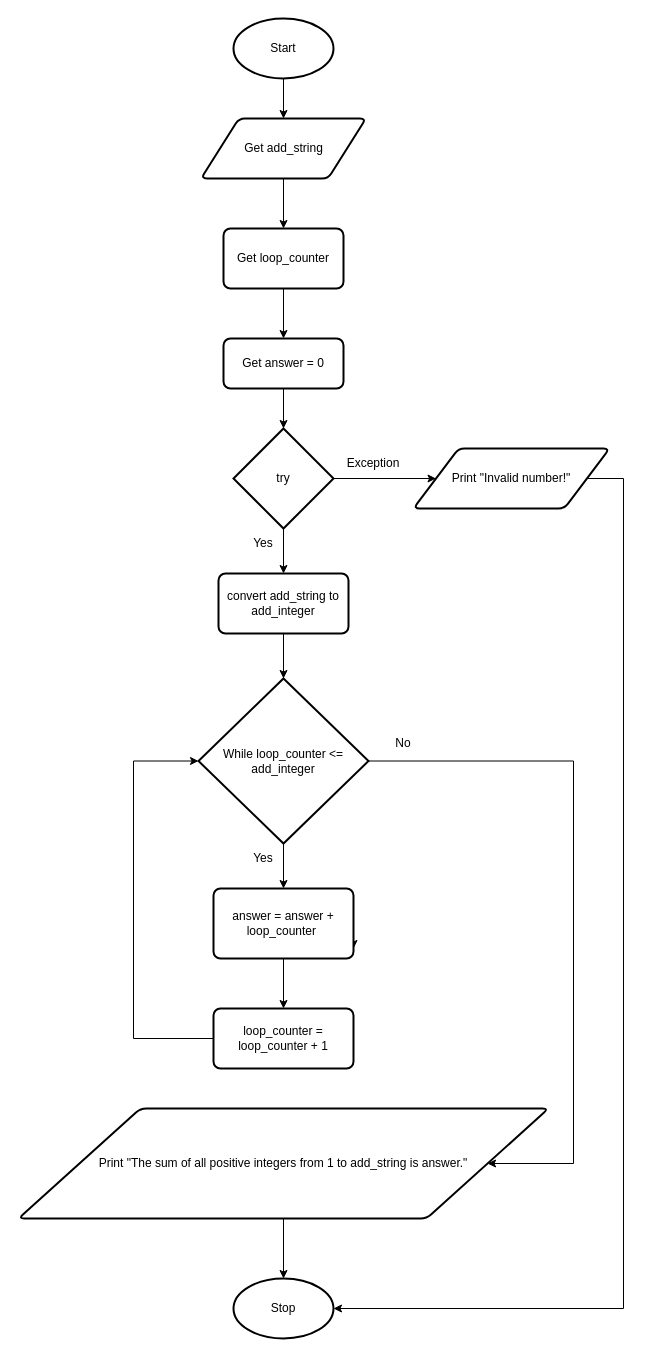
The draw.io diagram design.flowchart.drawio in Yiyun-Qin/ICS3U-Unit4-06-Python, before the edit. Source tidied: cells renumbered, new cells numbered last; positions are measured from the earlier drawing's top-left corner, leaving out a move shared by most shapes. Both pictures are drawn from the tidied source at 100%, with x=0, y=0 at pixel (18, 18).
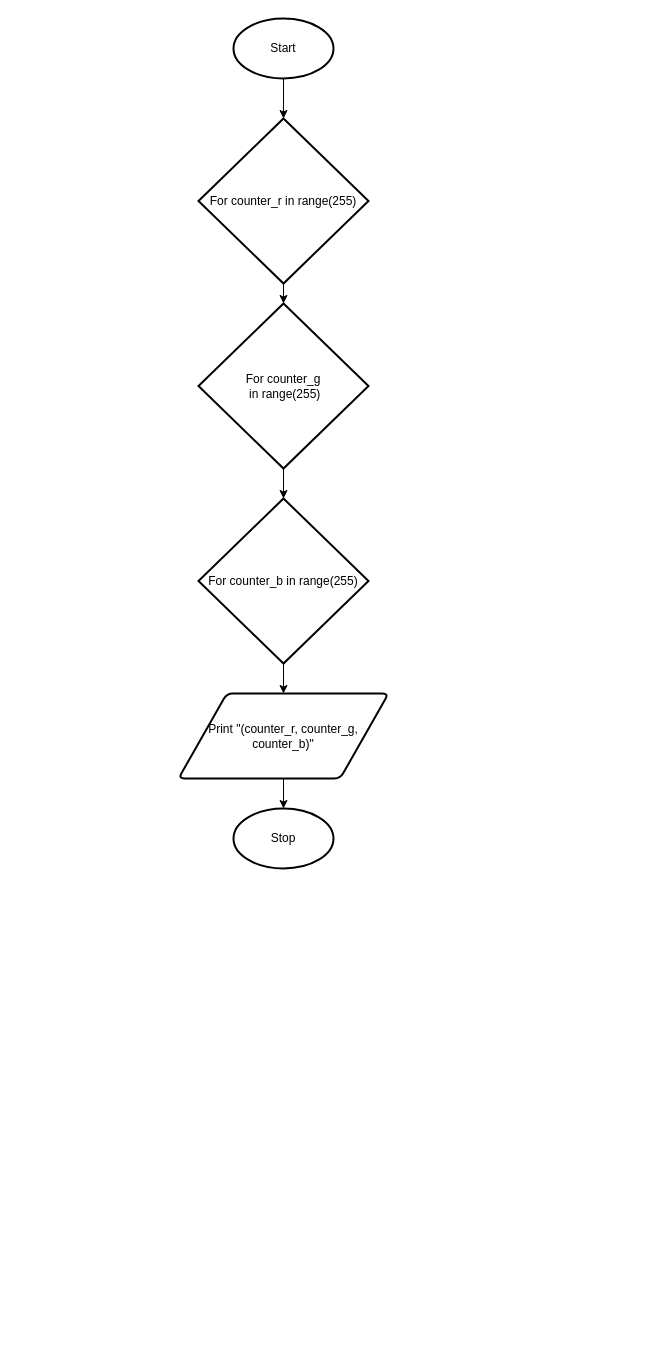
After the change.

Unchanged cells that the change refers to:
```xml
<mxCell id="3" value="Start" style="strokeWidth=2;html=1;shape=mxgraph.flowchart.start_1;whiteSpace=wrap;" parent="1" vertex="1">
  <mxGeometry x="215" width="100" height="60" as="geometry" />
</mxCell>
```

The edit, as a diff of the source:
```diff
@@
-    <mxCell id="2" style="edgeStyle=none;html=1;exitX=0.5;exitY=1;exitDx=0;exitDy=0;exitPerimeter=0;entryX=0.5;entryY=0;entryDx=0;entryDy=0;" parent="1" edge="1" source="3" target="5">
-      <mxGeometry relative="1" as="geometry" />
-    </mxCell>
+    <mxCell id="32" style="edgeStyle=none;html=1;exitX=0.5;exitY=1;exitDx=0;exitDy=0;exitPerimeter=0;entryX=0.5;entryY=0;entryDx=0;entryDy=0;entryPerimeter=0;" parent="1" edge="1" source="3" target="19">
+      <mxGeometry relative="1" as="geometry" />
+    </mxCell>
@@
-    <mxCell id="4" style="edgeStyle=none;html=1;exitX=0.5;exitY=1;exitDx=0;exitDy=0;entryX=0.5;entryY=0;entryDx=0;entryDy=0;" parent="1" edge="1" source="5" target="24">
-      <mxGeometry relative="1" as="geometry" />
-    </mxCell>
-    <mxCell id="5" value="Get add_string" style="shape=parallelogram;html=1;strokeWidth=2;perimeter=parallelogramPerimeter;whiteSpace=wrap;rounded=1;arcSize=12;size=0.23;" parent="1" vertex="1">
-      <mxGeometry x="182.5" y="100" width="165" height="60" as="geometry" />
-    </mxCell>
     <mxCell id="6" value="Stop" style="strokeWidth=2;html=1;shape=mxgraph.flowchart.start_1;whiteSpace=wrap;" parent="1" vertex="1">
-      <mxGeometry x="215" y="1260" width="100" height="60" as="geometry" />
+      <mxGeometry x="215" y="790" width="100" height="60" as="geometry" />
     </mxCell>
-    <mxCell id="7" value="Yes" style="text;html=1;strokeColor=none;fillColor=none;align=center;verticalAlign=middle;whiteSpace=wrap;rounded=0;" parent="1" vertex="1">
-      <mxGeometry x="215" y="510" width="60" height="30" as="geometry" />
-    </mxCell>
-    <mxCell id="8" value="No" style="text;html=1;strokeColor=none;fillColor=none;align=center;verticalAlign=middle;whiteSpace=wrap;rounded=0;" parent="1" vertex="1">
-      <mxGeometry x="355" y="710" width="60" height="30" as="geometry" />
-    </mxCell>
-    <mxCell id="9" style="edgeStyle=none;html=1;exitX=0.5;exitY=1;exitDx=0;exitDy=0;exitPerimeter=0;entryX=0.5;entryY=0;entryDx=0;entryDy=0;" parent="1" edge="1" source="11" target="13">
-      <mxGeometry relative="1" as="geometry" />
-    </mxCell>
-    <mxCell id="10" style="edgeStyle=none;html=1;exitX=1;exitY=0.5;exitDx=0;exitDy=0;exitPerimeter=0;entryX=0;entryY=0.5;entryDx=0;entryDy=0;" parent="1" edge="1" source="11" target="15">
-      <mxGeometry relative="1" as="geometry" />
-    </mxCell>
-    <mxCell id="11" value="try" style="strokeWidth=2;html=1;shape=mxgraph.flowchart.decision;whiteSpace=wrap;" parent="1" vertex="1">
-      <mxGeometry x="215" y="410" width="100" height="100" as="geometry" />
-    </mxCell>
-    <mxCell id="12" style="edgeStyle=none;html=1;exitX=0.5;exitY=1;exitDx=0;exitDy=0;entryX=0.5;entryY=0;entryDx=0;entryDy=0;entryPerimeter=0;" parent="1" edge="1" source="13" target="19">
-      <mxGeometry relative="1" as="geometry" />
-    </mxCell>
-    <mxCell id="13" value="convert add_string to add_integer" style="rounded=1;whiteSpace=wrap;html=1;absoluteArcSize=1;arcSize=14;strokeWidth=2;" parent="1" vertex="1">
-      <mxGeometry x="200" y="555" width="130" height="60" as="geometry" />
-    </mxCell>
-    <mxCell id="14" style="edgeStyle=orthogonalEdgeStyle;html=1;exitX=1;exitY=0.5;exitDx=0;exitDy=0;entryX=1;entryY=0.5;entryDx=0;entryDy=0;entryPerimeter=0;rounded=0;" parent="1" edge="1" source="15" target="6">
-      <mxGeometry relative="1" as="geometry">
-        <Array as="points">
-          <mxPoint x="605" y="460" />
-          <mxPoint x="605" y="1290" />
-        </Array>
-      </mxGeometry>
-    </mxCell>
-    <mxCell id="15" value="Print &quot;Invalid number!&quot;" style="shape=parallelogram;html=1;strokeWidth=2;perimeter=parallelogramPerimeter;whiteSpace=wrap;rounded=1;arcSize=12;size=0.23;" parent="1" vertex="1">
-      <mxGeometry x="395" y="430" width="196" height="60" as="geometry" />
-    </mxCell>
-    <mxCell id="16" value="Exception" style="text;html=1;strokeColor=none;fillColor=none;align=center;verticalAlign=middle;whiteSpace=wrap;rounded=0;" parent="1" vertex="1">
-      <mxGeometry x="325" y="430" width="60" height="30" as="geometry" />
-    </mxCell>
-    <mxCell id="17" style="edgeStyle=none;html=1;exitX=0.5;exitY=1;exitDx=0;exitDy=0;exitPerimeter=0;entryX=0.5;entryY=0;entryDx=0;entryDy=0;" parent="1" edge="1" source="19" target="22">
-      <mxGeometry relative="1" as="geometry" />
-    </mxCell>
-    <mxCell id="18" style="edgeStyle=orthogonalEdgeStyle;rounded=0;html=1;exitX=1;exitY=0.5;exitDx=0;exitDy=0;exitPerimeter=0;entryX=1;entryY=0.5;entryDx=0;entryDy=0;" parent="1" edge="1" source="19" target="31">
-      <mxGeometry relative="1" as="geometry">
-        <Array as="points">
-          <mxPoint x="555" y="743" />
-          <mxPoint x="555" y="1145" />
-        </Array>
-      </mxGeometry>
-    </mxCell>
+    <mxCell id="33" style="edgeStyle=none;html=1;exitX=0.5;exitY=1;exitDx=0;exitDy=0;exitPerimeter=0;entryX=0.5;entryY=0;entryDx=0;entryDy=0;entryPerimeter=0;" parent="1" edge="1" source="19" target="35">
+      <mxGeometry relative="1" as="geometry" />
+    </mxCell>
-    <mxCell id="19" value="While loop_counter &amp;lt;= add_integer" style="strokeWidth=2;html=1;shape=mxgraph.flowchart.decision;whiteSpace=wrap;" parent="1" vertex="1">
-      <mxGeometry x="180" y="660" width="170" height="165" as="geometry" />
+    <mxCell id="19" value="For counter_r in range(255)" style="strokeWidth=2;html=1;shape=mxgraph.flowchart.decision;whiteSpace=wrap;" parent="1" vertex="1">
+      <mxGeometry x="180" y="100" width="170" height="165" as="geometry" />
     </mxCell>
-    <mxCell id="20" style="edgeStyle=none;html=1;exitX=1;exitY=0.75;exitDx=0;exitDy=0;" parent="1" edge="1" source="22">
-      <mxGeometry relative="1" as="geometry">
-        <mxPoint x="335" y="930" as="targetPoint" />
-      </mxGeometry>
-    </mxCell>
-    <mxCell id="21" style="edgeStyle=none;html=1;exitX=0.5;exitY=1;exitDx=0;exitDy=0;entryX=0.5;entryY=0;entryDx=0;entryDy=0;" parent="1" edge="1" source="22" target="28">
-      <mxGeometry relative="1" as="geometry" />
-    </mxCell>
-    <mxCell id="22" value="answer = answer + loop_counter&amp;nbsp;" style="rounded=1;whiteSpace=wrap;html=1;absoluteArcSize=1;arcSize=14;strokeWidth=2;" parent="1" vertex="1">
-      <mxGeometry x="195" y="870" width="140" height="70" as="geometry" />
-    </mxCell>
-    <mxCell id="23" style="edgeStyle=none;html=1;exitX=0.5;exitY=1;exitDx=0;exitDy=0;entryX=0.5;entryY=0;entryDx=0;entryDy=0;" parent="1" edge="1" source="24" target="26">
-      <mxGeometry relative="1" as="geometry" />
-    </mxCell>
-    <mxCell id="24" value="Get loop_counter" style="rounded=1;whiteSpace=wrap;html=1;absoluteArcSize=1;arcSize=14;strokeWidth=2;" parent="1" vertex="1">
-      <mxGeometry x="205" y="210" width="120" height="60" as="geometry" />
-    </mxCell>
-    <mxCell id="25" style="edgeStyle=none;html=1;exitX=0.5;exitY=1;exitDx=0;exitDy=0;entryX=0.5;entryY=0;entryDx=0;entryDy=0;entryPerimeter=0;" parent="1" edge="1" source="26" target="11">
-      <mxGeometry relative="1" as="geometry" />
-    </mxCell>
-    <mxCell id="26" value="Get answer = 0" style="rounded=1;whiteSpace=wrap;html=1;absoluteArcSize=1;arcSize=14;strokeWidth=2;" parent="1" vertex="1">
-      <mxGeometry x="205" y="320" width="120" height="50" as="geometry" />
-    </mxCell>
-    <mxCell id="27" style="edgeStyle=orthogonalEdgeStyle;html=1;exitX=0;exitY=0.5;exitDx=0;exitDy=0;entryX=0;entryY=0.5;entryDx=0;entryDy=0;entryPerimeter=0;rounded=0;" parent="1" edge="1" source="28" target="19">
-      <mxGeometry relative="1" as="geometry">
-        <Array as="points">
-          <mxPoint x="115" y="1020" />
-          <mxPoint x="115" y="743" />
-        </Array>
-      </mxGeometry>
-    </mxCell>
-    <mxCell id="28" value="loop_counter = loop_counter + 1" style="rounded=1;whiteSpace=wrap;html=1;absoluteArcSize=1;arcSize=14;strokeWidth=2;" parent="1" vertex="1">
-      <mxGeometry x="195" y="990" width="140" height="60" as="geometry" />
-    </mxCell>
-    <mxCell id="29" value="Yes" style="text;html=1;strokeColor=none;fillColor=none;align=center;verticalAlign=middle;whiteSpace=wrap;rounded=0;" parent="1" vertex="1">
-      <mxGeometry x="215" y="825" width="60" height="30" as="geometry" />
-    </mxCell>
-    <mxCell id="30" style="edgeStyle=orthogonalEdgeStyle;rounded=0;html=1;exitX=0.5;exitY=1;exitDx=0;exitDy=0;entryX=0.5;entryY=0;entryDx=0;entryDy=0;entryPerimeter=0;" parent="1" edge="1" source="31" target="6">
-      <mxGeometry relative="1" as="geometry" />
-    </mxCell>
-    <mxCell id="31" value="Print &quot;The sum of all positive integers from 1 to add_string is answer.&quot;" style="shape=parallelogram;html=1;strokeWidth=2;perimeter=parallelogramPerimeter;whiteSpace=wrap;rounded=1;arcSize=12;size=0.23;" parent="1" vertex="1">
-      <mxGeometry y="1090" width="530" height="110" as="geometry" />
-    </mxCell>
+    <mxCell id="34" style="edgeStyle=none;html=1;exitX=0.5;exitY=1;exitDx=0;exitDy=0;exitPerimeter=0;entryX=0.5;entryY=0;entryDx=0;entryDy=0;entryPerimeter=0;" parent="1" edge="1" source="35" target="37">
+      <mxGeometry relative="1" as="geometry" />
+    </mxCell>
+    <mxCell id="35" value="For counter_g&lt;br&gt;&amp;nbsp;in range(255)" style="strokeWidth=2;html=1;shape=mxgraph.flowchart.decision;whiteSpace=wrap;" parent="1" vertex="1">
+      <mxGeometry x="180" y="285" width="170" height="165" as="geometry" />
+    </mxCell>
+    <mxCell id="36" style="edgeStyle=none;html=1;exitX=0.5;exitY=1;exitDx=0;exitDy=0;exitPerimeter=0;entryX=0.5;entryY=0;entryDx=0;entryDy=0;" parent="1" edge="1" source="37" target="39">
+      <mxGeometry relative="1" as="geometry" />
+    </mxCell>
+    <mxCell id="37" value="For counter_b in range(255)" style="strokeWidth=2;html=1;shape=mxgraph.flowchart.decision;whiteSpace=wrap;" parent="1" vertex="1">
+      <mxGeometry x="180" y="480" width="170" height="165" as="geometry" />
+    </mxCell>
+    <mxCell id="38" style="edgeStyle=none;html=1;exitX=0.5;exitY=1;exitDx=0;exitDy=0;entryX=0.5;entryY=0;entryDx=0;entryDy=0;entryPerimeter=0;" parent="1" edge="1" source="39" target="6">
+      <mxGeometry relative="1" as="geometry" />
+    </mxCell>
+    <mxCell id="39" value="Print &quot;(counter_r, counter_g, counter_b)&quot;" style="shape=parallelogram;html=1;strokeWidth=2;perimeter=parallelogramPerimeter;whiteSpace=wrap;rounded=1;arcSize=12;size=0.23;" parent="1" vertex="1">
+      <mxGeometry x="160" y="675" width="210" height="85" as="geometry" />
+    </mxCell>
```
